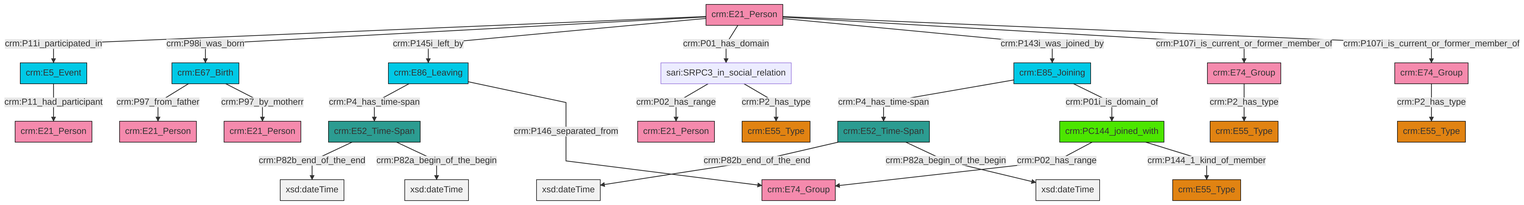
swiss-art-research-net/docs.swissartresearch keeps this Mermaid diagram as et/personCSV/ttl/mmd/png/Person_Actor_Relations.png. Above is the earlier version. Its source is kept beside it as et/personCSV/ttl/mmd/Person_Actor_Relations.ttl.mmd.
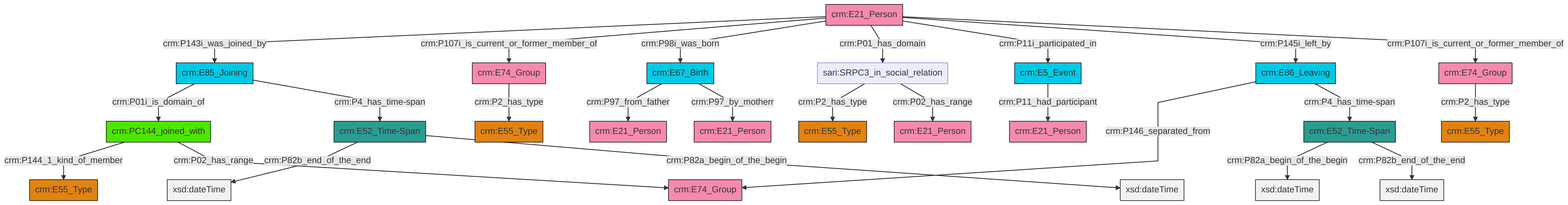
The same diagram one commit later.

Change to the diagram source:
```diff
@@ -13,27 +13,27 @@
 classDef PC_Classes fill:#4ce600, stroke:#000000;
 classDef Multi fill:#cccccc,stroke:#000000;
 
-2["crm:E52_Time-Span"]:::Time-Span -->|crm:P82b_end_of_the_end| 3[xsd:dateTime]:::Literal
-4["crm:PC144_joined_with"]:::PC_Classes -->|crm:P02_has_range| 5["crm:E74_Group"]:::Actor
-10["crm:E21_Person"]:::Actor -->|crm:P11i_participated_in| 11["crm:E5_Event"]:::Temporal_Entity
-12["crm:E67_Birth"]:::Temporal_Entity -->|crm:P97_from_father| 13["crm:E21_Person"]:::Actor
-14["crm:E52_Time-Span"]:::Time-Span -->|crm:P82b_end_of_the_end| 16[xsd:dateTime]:::Literal
-10["crm:E21_Person"]:::Actor -->|crm:P98i_was_born| 12["crm:E67_Birth"]:::Temporal_Entity
-2["crm:E52_Time-Span"]:::Time-Span -->|crm:P82a_begin_of_the_begin| 28[xsd:dateTime]:::Literal
-10["crm:E21_Person"]:::Actor -->|crm:P145i_left_by| 31["crm:E86_Leaving"]:::Temporal_Entity
-10["crm:E21_Person"]:::Actor -->|crm:P01_has_domain| 32["sari:SRPC3_in_social_relation"]:::Default
-32["sari:SRPC3_in_social_relation"]:::Default -->|crm:P02_has_range| 34["crm:E21_Person"]:::Actor
-32["sari:SRPC3_in_social_relation"]:::Default -->|crm:P2_has_type| 19["crm:E55_Type"]:::Type
-31["crm:E86_Leaving"]:::Temporal_Entity -->|crm:P4_has_time-span| 14["crm:E52_Time-Span"]:::Time-Span
-8["crm:E74_Group"]:::Actor -->|crm:P2_has_type| 29["crm:E55_Type"]:::Type
-4["crm:PC144_joined_with"]:::PC_Classes -->|crm:P144_1_kind_of_member| 21["crm:E55_Type"]:::Type
-10["crm:E21_Person"]:::Actor -->|crm:P143i_was_joined_by| 37["crm:E85_Joining"]:::Temporal_Entity
-12["crm:E67_Birth"]:::Temporal_Entity -->|crm:P97_by_motherr| 0["crm:E21_Person"]:::Actor
-23["crm:E74_Group"]:::Actor -->|crm:P2_has_type| 6["crm:E55_Type"]:::Type
-31["crm:E86_Leaving"]:::Temporal_Entity -->|crm:P146_separated_from| 5["crm:E74_Group"]:::Actor
-10["crm:E21_Person"]:::Actor -->|crm:P107i_is_current_or_former_member_of| 8["crm:E74_Group"]:::Actor
-37["crm:E85_Joining"]:::Temporal_Entity -->|crm:P4_has_time-span| 2["crm:E52_Time-Span"]:::Time-Span
-14["crm:E52_Time-Span"]:::Time-Span -->|crm:P82a_begin_of_the_begin| 44[xsd:dateTime]:::Literal
-10["crm:E21_Person"]:::Actor -->|crm:P107i_is_current_or_former_member_of| 23["crm:E74_Group"]:::Actor
-37["crm:E85_Joining"]:::Temporal_Entity -->|crm:P01i_is_domain_of| 4["crm:PC144_joined_with"]:::PC_Classes
-11["crm:E5_Event"]:::Temporal_Entity -->|crm:P11_had_participant| 40["crm:E21_Person"]:::Actor
+2["crm:E21_Person"]:::Actor -->|crm:P143i_was_joined_by| 3["crm:E85_Joining"]:::Temporal_Entity
+2["crm:E21_Person"]:::Actor -->|crm:P107i_is_current_or_former_member_of| 4["crm:E74_Group"]:::Actor
+7["crm:E52_Time-Span"]:::Time-Span -->|crm:P82b_end_of_the_end| 8[xsd:dateTime]:::Literal
+7["crm:E52_Time-Span"]:::Time-Span -->|crm:P82a_begin_of_the_begin| 9[xsd:dateTime]:::Literal
+2["crm:E21_Person"]:::Actor -->|crm:P98i_was_born| 13["crm:E67_Birth"]:::Temporal_Entity
+16["crm:PC144_joined_with"]:::PC_Classes -->|crm:P144_1_kind_of_member| 14["crm:E55_Type"]:::Type
+2["crm:E21_Person"]:::Actor -->|crm:P01_has_domain| 23["sari:SRPC3_in_social_relation"]:::Default
+2["crm:E21_Person"]:::Actor -->|crm:P11i_participated_in| 21["crm:E5_Event"]:::Temporal_Entity
+26["crm:E52_Time-Span"]:::Time-Span -->|crm:P82a_begin_of_the_begin| 27[xsd:dateTime]:::Literal
+23["sari:SRPC3_in_social_relation"]:::Default -->|crm:P2_has_type| 28["crm:E55_Type"]:::Type
+13["crm:E67_Birth"]:::Temporal_Entity -->|crm:P97_from_father| 10["crm:E21_Person"]:::Actor
+3["crm:E85_Joining"]:::Temporal_Entity -->|crm:P01i_is_domain_of| 16["crm:PC144_joined_with"]:::PC_Classes
+32["crm:E86_Leaving"]:::Temporal_Entity -->|crm:P146_separated_from| 30["crm:E74_Group"]:::Actor
+16["crm:PC144_joined_with"]:::PC_Classes -->|crm:P02_has_range| 30["crm:E74_Group"]:::Actor
+5["crm:E74_Group"]:::Actor -->|crm:P2_has_type| 33["crm:E55_Type"]:::Type
+3["crm:E85_Joining"]:::Temporal_Entity -->|crm:P4_has_time-span| 7["crm:E52_Time-Span"]:::Time-Span
+2["crm:E21_Person"]:::Actor -->|crm:P145i_left_by| 32["crm:E86_Leaving"]:::Temporal_Entity
+32["crm:E86_Leaving"]:::Temporal_Entity -->|crm:P4_has_time-span| 26["crm:E52_Time-Span"]:::Time-Span
+26["crm:E52_Time-Span"]:::Time-Span -->|crm:P82b_end_of_the_end| 43[xsd:dateTime]:::Literal
+4["crm:E74_Group"]:::Actor -->|crm:P2_has_type| 0["crm:E55_Type"]:::Type
+23["sari:SRPC3_in_social_relation"]:::Default -->|crm:P02_has_range| 41["crm:E21_Person"]:::Actor
+21["crm:E5_Event"]:::Temporal_Entity -->|crm:P11_had_participant| 17["crm:E21_Person"]:::Actor
+2["crm:E21_Person"]:::Actor -->|crm:P107i_is_current_or_former_member_of| 5["crm:E74_Group"]:::Actor
+13["crm:E67_Birth"]:::Temporal_Entity -->|crm:P97_by_motherr| 24["crm:E21_Person"]:::Actor
```
